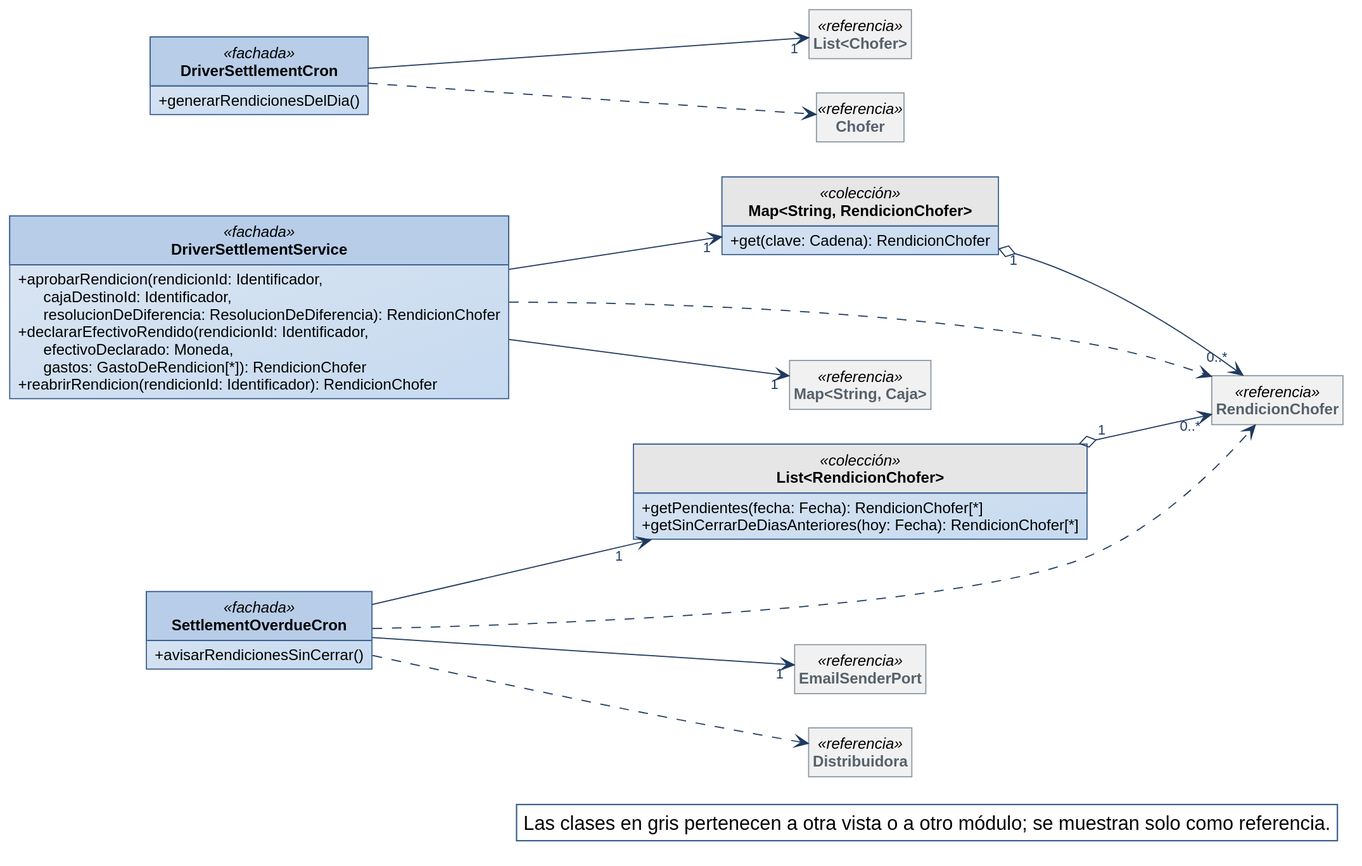
Before: diagramas/clases-diseno/DC_Mod_Rendicion.svg, a diagram exported from PlantUML (Nahuelito-Dev/splg-docs).
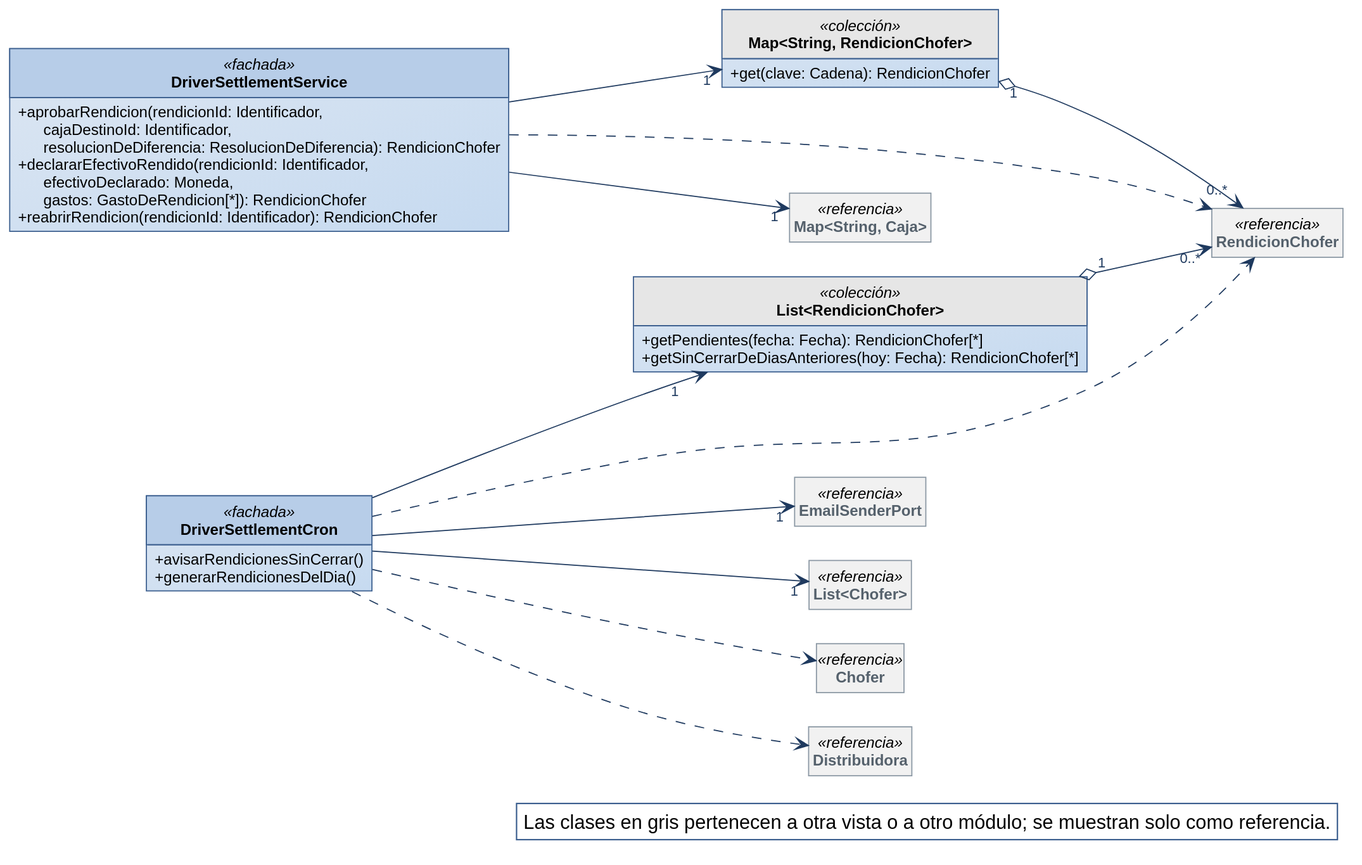
Above is the later version.

The edit, as a diff of the source:
```diff
@@ -36,10 +36,8 @@
   + reabrirRendicion(rendicionId: Identificador): RendicionChofer
 }
 class DriverSettlementCron <<fachada>> {
+  + avisarRendicionesSinCerrar()
   + generarRendicionesDelDia()
-}
-class SettlementOverdueCron <<fachada>> {
-  + avisarRendicionesSinCerrar()
 }
 class "Map<String, RendicionChofer>" as Map_String_RendicionChofer <<colección>> {
   + get(clave: Cadena): RendicionChofer
@@ -49,23 +47,23 @@
   + getSinCerrarDeDiasAnteriores(hoy: Fecha): RendicionChofer[*]
 }
 class RendicionChofer <<referencia>>
+class EmailSenderPort <<referencia>>
 class "List<Chofer>" as List_Chofer <<referencia>>
 class "Map<String, Caja>" as Map_String_Caja <<referencia>>
-class EmailSenderPort <<referencia>>
 class Chofer <<referencia>>
 class Distribuidora <<referencia>>
 
 Map_String_RendicionChofer "1" o--> "0..*" RendicionChofer
 List_RendicionChofer "1" o--> "0..*" RendicionChofer
+DriverSettlementCron --> "1" EmailSenderPort
 DriverSettlementCron --> "1" List_Chofer
+DriverSettlementCron --> "1" List_RendicionChofer
 DriverSettlementService --> "1" Map_String_Caja
 DriverSettlementService --> "1" Map_String_RendicionChofer
-SettlementOverdueCron --> "1" EmailSenderPort
-SettlementOverdueCron --> "1" List_RendicionChofer
 DriverSettlementCron ..> Chofer
+DriverSettlementCron ..> Distribuidora
+DriverSettlementCron ..> RendicionChofer
 DriverSettlementService ..> RendicionChofer
-SettlementOverdueCron ..> Distribuidora
-SettlementOverdueCron ..> RendicionChofer
 
 legend bottom right
   Las clases en gris pertenecen a otra vista o a otro módulo; se muestran solo como referencia.
```
